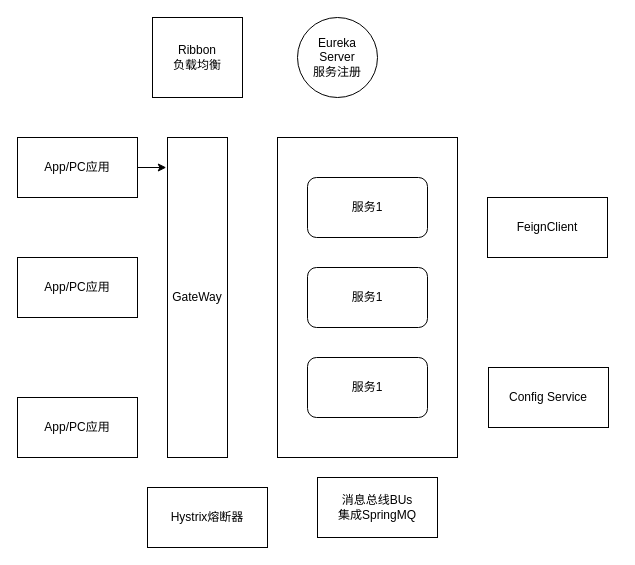
Earlier version of the draw.io diagram SpringCloud图1.drawio (nullbull/uml). Source tidied: cells renumbered, new cells numbered last; positions are measured from the earlier drawing's top-left corner, leaving out a move shared by most shapes. Both pictures are drawn from the tidied source at 100%, with x=0, y=0 at pixel (17, 17).
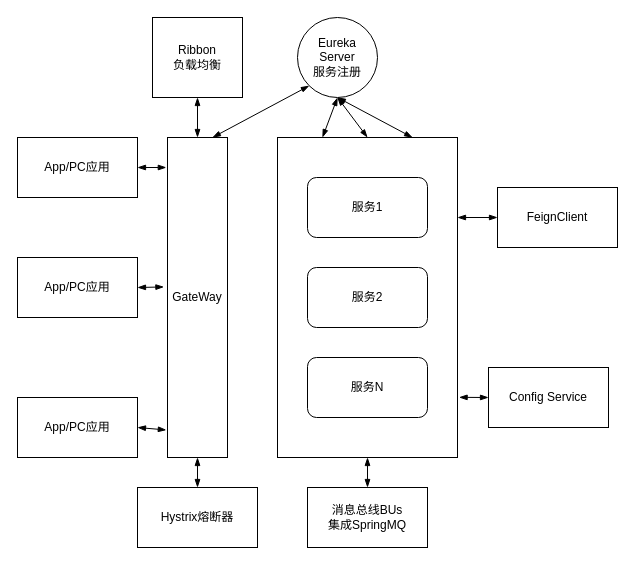
After the change.

Unchanged cells that the change refers to:
```xml
<mxCell id="3" value="App/PC应用" style="rounded=0;whiteSpace=wrap;html=1;" parent="1" vertex="1">
  <mxGeometry y="120" width="120" height="60" as="geometry" />
</mxCell>
<mxCell id="4" value="&lt;span&gt;App/PC应用&lt;/span&gt;" style="rounded=0;whiteSpace=wrap;html=1;" parent="1" vertex="1">
  <mxGeometry y="240" width="120" height="60" as="geometry" />
</mxCell>
<mxCell id="5" value="&lt;span&gt;App/PC应用&lt;/span&gt;" style="rounded=0;whiteSpace=wrap;html=1;" parent="1" vertex="1">
  <mxGeometry y="380" width="120" height="60" as="geometry" />
</mxCell>
<mxCell id="6" value="GateWay" style="rounded=0;whiteSpace=wrap;html=1;" parent="1" vertex="1">
  <mxGeometry x="150" y="120" width="60" height="320" as="geometry" />
</mxCell>
<mxCell id="7" value="Ribbon&lt;br&gt;负载均衡&lt;br&gt;" style="rounded=0;whiteSpace=wrap;html=1;" parent="1" vertex="1">
  <mxGeometry x="135" width="90" height="80" as="geometry" />
</mxCell>
<mxCell id="8" value="Eureka&lt;br&gt;Server&lt;br&gt;服务注册&lt;br&gt;" style="ellipse;whiteSpace=wrap;html=1;" parent="1" vertex="1">
  <mxGeometry x="280" width="80" height="80" as="geometry" />
</mxCell>
<mxCell id="9" style="rounded=0;whiteSpace=wrap;html=1;" parent="1" vertex="1">
  <mxGeometry x="260" y="120" width="180" height="320" as="geometry" />
</mxCell>
<mxCell id="16" value="Config Service" style="rounded=0;whiteSpace=wrap;html=1;" parent="1" vertex="1">
  <mxGeometry x="471" y="350" width="120" height="60" as="geometry" />
</mxCell>
```

What changed in the source:
```diff
@@
-    <mxCell id="2" style="edgeStyle=orthogonalEdgeStyle;rounded=0;jettySize=auto;html=1;exitX=1;exitY=0.5;exitDx=0;exitDy=0;entryX=-0.02;entryY=0.094;entryDx=0;entryDy=0;entryPerimeter=0;" parent="1" edge="1" source="3" target="6">
+    <mxCell id="2" style="edgeStyle=orthogonalEdgeStyle;rounded=0;jettySize=auto;html=1;exitX=1;exitY=0.5;exitDx=0;exitDy=0;entryX=-0.02;entryY=0.094;entryDx=0;entryDy=0;entryPerimeter=0;startArrow=blockThin;startFill=1;endArrow=blockThin;endFill=1;" parent="1" edge="1" source="3" target="6">
       <mxGeometry relative="1" as="geometry" />
     </mxCell>
@@
+    <mxCell id="17" style="edgeStyle=none;rounded=0;jettySize=auto;html=1;exitX=1;exitY=0.5;exitDx=0;exitDy=0;entryX=-0.06;entryY=0.467;entryDx=0;entryDy=0;entryPerimeter=0;startArrow=blockThin;startFill=1;endArrow=blockThin;endFill=1;" parent="1" edge="1" source="4" target="6">
+      <mxGeometry relative="1" as="geometry" />
+    </mxCell>
@@
+    <mxCell id="18" style="edgeStyle=none;rounded=0;jettySize=auto;html=1;exitX=1;exitY=0.5;exitDx=0;exitDy=0;entryX=-0.02;entryY=0.914;entryDx=0;entryDy=0;entryPerimeter=0;startArrow=blockThin;startFill=1;endArrow=blockThin;endFill=1;" parent="1" edge="1" source="5" target="6">
+      <mxGeometry relative="1" as="geometry" />
+    </mxCell>
@@
+    <mxCell id="19" style="edgeStyle=none;rounded=0;jettySize=auto;html=1;exitX=0.5;exitY=1;exitDx=0;exitDy=0;startArrow=blockThin;startFill=1;endArrow=blockThin;endFill=1;" parent="1" edge="1" source="6" target="13">
+      <mxGeometry relative="1" as="geometry" />
+    </mxCell>
+    <mxCell id="20" style="edgeStyle=none;rounded=0;jettySize=auto;html=1;exitX=0.75;exitY=0;exitDx=0;exitDy=0;entryX=0;entryY=1;entryDx=0;entryDy=0;startArrow=blockThin;startFill=1;endArrow=blockThin;endFill=1;" parent="1" edge="1" source="6" target="8">
+      <mxGeometry relative="1" as="geometry" />
+    </mxCell>
@@
+    <mxCell id="21" style="edgeStyle=none;rounded=0;jettySize=auto;html=1;exitX=0.5;exitY=1;exitDx=0;exitDy=0;entryX=0.5;entryY=0;entryDx=0;entryDy=0;startArrow=blockThin;startFill=1;endArrow=blockThin;endFill=1;" parent="1" edge="1" source="7" target="6">
+      <mxGeometry relative="1" as="geometry" />
+    </mxCell>
@@
+    <mxCell id="22" style="edgeStyle=none;rounded=0;jettySize=auto;html=1;exitX=0.5;exitY=1;exitDx=0;exitDy=0;entryX=0.25;entryY=0;entryDx=0;entryDy=0;startArrow=blockThin;startFill=1;endArrow=blockThin;endFill=1;" parent="1" edge="1" source="8" target="9">
+      <mxGeometry relative="1" as="geometry" />
+    </mxCell>
+    <mxCell id="23" style="edgeStyle=none;rounded=0;jettySize=auto;html=1;exitX=0.5;exitY=1;exitDx=0;exitDy=0;entryX=0.5;entryY=0;entryDx=0;entryDy=0;startArrow=blockThin;startFill=1;endArrow=blockThin;endFill=1;" parent="1" edge="1" source="8" target="9">
+      <mxGeometry relative="1" as="geometry" />
+    </mxCell>
+    <mxCell id="24" style="edgeStyle=none;rounded=0;jettySize=auto;html=1;exitX=0.5;exitY=1;exitDx=0;exitDy=0;entryX=0.75;entryY=0;entryDx=0;entryDy=0;startArrow=blockThin;startFill=1;endArrow=blockThin;endFill=1;" parent="1" edge="1" source="8" target="9">
+      <mxGeometry relative="1" as="geometry" />
+    </mxCell>
@@
+    <mxCell id="25" style="edgeStyle=none;rounded=0;jettySize=auto;html=1;exitX=0.5;exitY=1;exitDx=0;exitDy=0;startArrow=blockThin;startFill=1;endArrow=blockThin;endFill=1;" parent="1" edge="1" source="9" target="14">
+      <mxGeometry relative="1" as="geometry" />
+    </mxCell>
@@
-    <mxCell id="11" value="服务1" style="rounded=1;whiteSpace=wrap;html=1;" parent="1" vertex="1">
+    <mxCell id="11" value="服务2" style="rounded=1;whiteSpace=wrap;html=1;" parent="1" vertex="1">
       <mxGeometry x="290" y="250" width="120" height="60" as="geometry" />
     </mxCell>
-    <mxCell id="12" value="服务1" style="rounded=1;whiteSpace=wrap;html=1;" parent="1" vertex="1">
+    <mxCell id="12" value="服务N" style="rounded=1;whiteSpace=wrap;html=1;" parent="1" vertex="1">
       <mxGeometry x="290" y="340" width="120" height="60" as="geometry" />
     </mxCell>
     <mxCell id="13" value="Hystrix熔断器&lt;br&gt;" style="rounded=0;whiteSpace=wrap;html=1;" parent="1" vertex="1">
-      <mxGeometry x="130" y="470" width="120" height="60" as="geometry" />
+      <mxGeometry x="120" y="470" width="120" height="60" as="geometry" />
     </mxCell>
     <mxCell id="14" value="消息总线BUs&lt;br&gt;集成SpringMQ&lt;br&gt;" style="rounded=0;whiteSpace=wrap;html=1;" parent="1" vertex="1">
-      <mxGeometry x="300" y="460" width="120" height="60" as="geometry" />
+      <mxGeometry x="290" y="470" width="120" height="60" as="geometry" />
     </mxCell>
+    <mxCell id="26" style="edgeStyle=none;rounded=0;jettySize=auto;html=1;exitX=0;exitY=0.5;exitDx=0;exitDy=0;startArrow=blockThin;startFill=1;endArrow=blockThin;endFill=1;entryX=1;entryY=0.25;entryDx=0;entryDy=0;" parent="1" edge="1" source="15" target="9">
+      <mxGeometry relative="1" as="geometry" />
+    </mxCell>
     <mxCell id="15" value="FeignClient" style="rounded=0;whiteSpace=wrap;html=1;" parent="1" vertex="1">
-      <mxGeometry x="470" y="180" width="120" height="60" as="geometry" />
+      <mxGeometry x="480" y="170" width="120" height="60" as="geometry" />
     </mxCell>
+    <mxCell id="27" style="edgeStyle=none;rounded=0;jettySize=auto;html=1;exitX=0;exitY=0.5;exitDx=0;exitDy=0;entryX=1.009;entryY=0.812;entryDx=0;entryDy=0;entryPerimeter=0;startArrow=blockThin;startFill=1;endArrow=blockThin;endFill=1;" parent="1" edge="1" source="16" target="9">
+      <mxGeometry relative="1" as="geometry" />
+    </mxCell>
```
